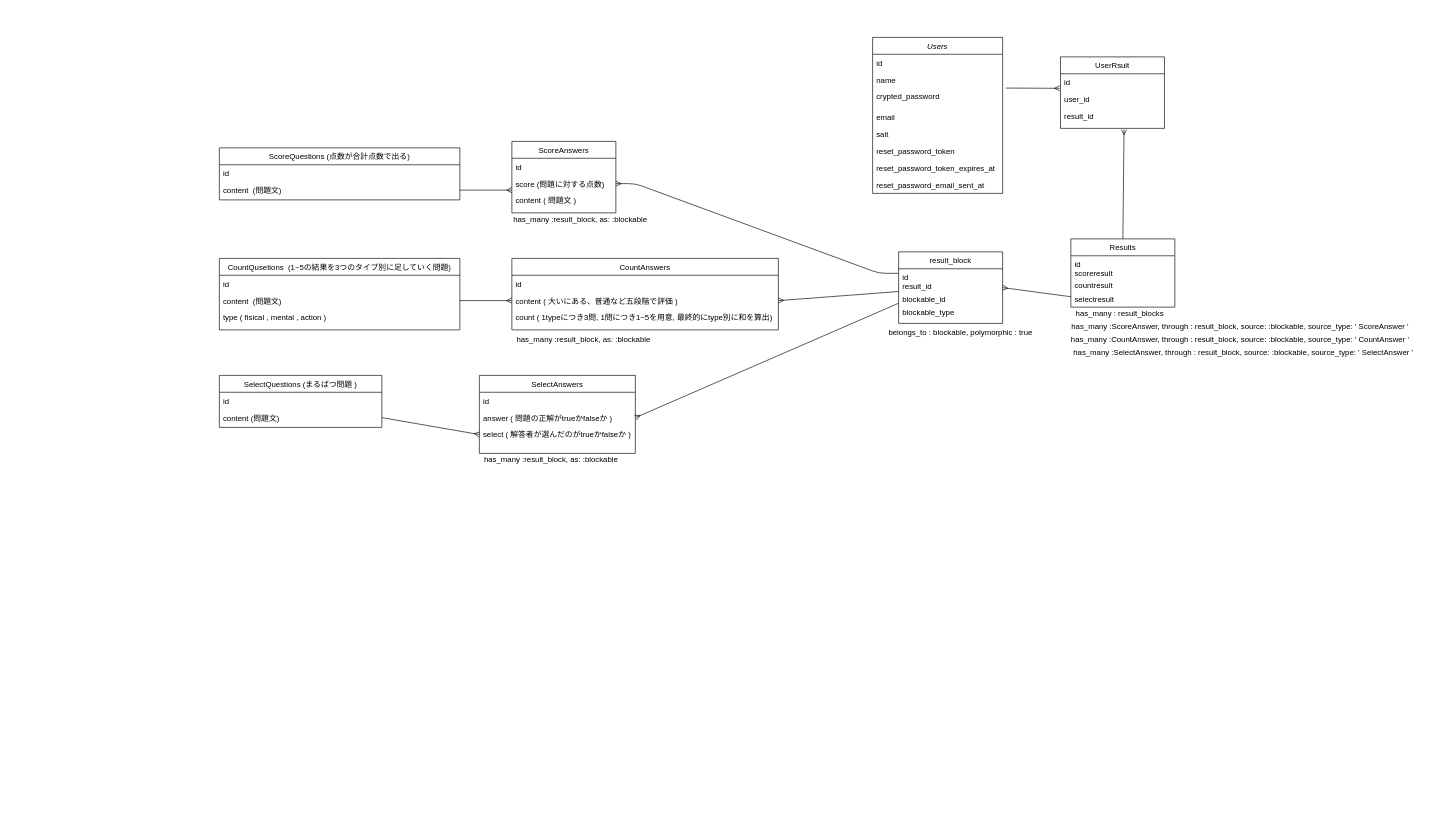
Before: Untitled Diagram.drawio in ko-suke1016/IKEMENTAL, a draw.io diagram. Source tidied: cells renumbered, new cells numbered last; positions are measured from the earlier drawing's top-left corner, leaving out a move shared by most shapes. Both pictures are drawn from the tidied source at 65%, with x=0, y=0 at pixel (219, 37).
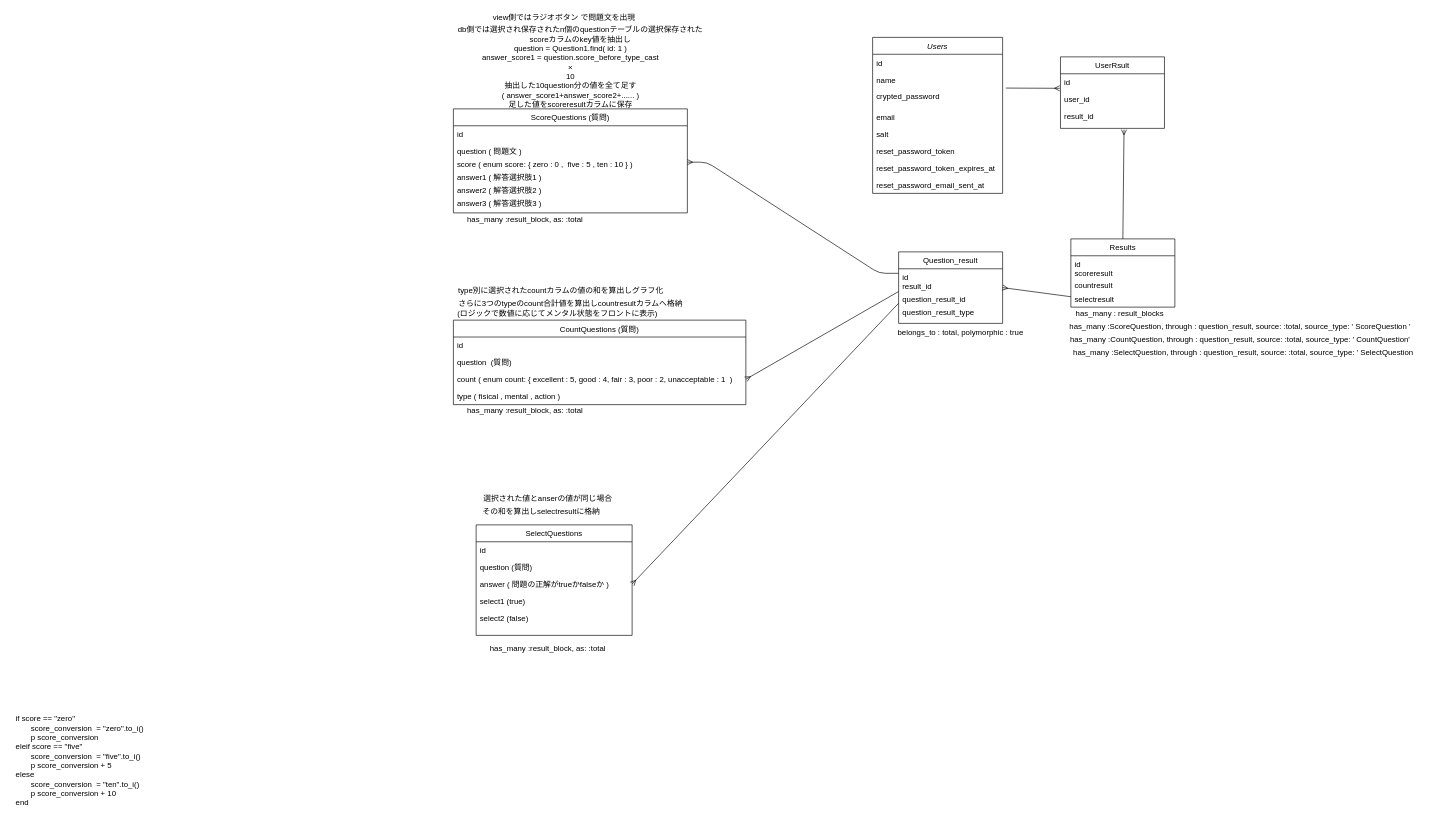
Above is the later version.

Unchanged cells that the change refers to:
```xml
<mxCell id="50" value="id" style="text;align=left;verticalAlign=top;spacingLeft=4;spacingRight=4;overflow=hidden;points=[[0,0.5],[1,0.5]];portConstraint=eastwest;" parent="49" vertex="1">
  <mxGeometry y="26" width="160" height="14" as="geometry" />
</mxCell>
```

The edit, as a diff of the source:
```diff
@@
-    <mxCell id="11" value="ScoreQuestions (点数が合計点数で出る)" style="swimlane;fontStyle=0;align=center;verticalAlign=top;horizontal=1;startSize=26;rounded=0;shadow=0;strokeWidth=1;" parent="1" vertex="1">
-      <mxGeometry y="170" width="370" height="80" as="geometry" />
-    </mxCell>
-    <mxCell id="12" value="id" style="text;align=left;verticalAlign=top;spacingLeft=4;spacingRight=4;overflow=hidden;" parent="11" vertex="1">
-      <mxGeometry y="26" width="370" height="26" as="geometry" />
-    </mxCell>
-    <mxCell id="13" value="content  (問題文)" style="text;align=left;verticalAlign=top;spacingLeft=4;spacingRight=4;overflow=hidden;points=[[0,0.5],[1,0.5]];portConstraint=eastwest;rounded=0;shadow=0;html=0;" parent="11" vertex="1">
-      <mxGeometry y="52" width="370" height="26" as="geometry" />
-    </mxCell>
-    <mxCell id="14" value="ScoreAnswers" style="swimlane;fontStyle=0;align=center;verticalAlign=top;horizontal=1;startSize=26;rounded=0;shadow=0;strokeWidth=1;" parent="1" vertex="1">
-      <mxGeometry x="450" y="160" width="160" height="110" as="geometry" />
-    </mxCell>
-    <mxCell id="15" value="id" style="text;align=left;verticalAlign=top;spacingLeft=4;spacingRight=4;overflow=hidden;" parent="14" vertex="1">
-      <mxGeometry y="26" width="160" height="26" as="geometry" />
-    </mxCell>
-    <mxCell id="16" value="score (問題に対する点数)" style="text;align=left;verticalAlign=top;spacingLeft=4;spacingRight=4;overflow=hidden;points=[[0,0.5],[1,0.5]];portConstraint=eastwest;rounded=0;shadow=0;html=0;" parent="14" vertex="1">
-      <mxGeometry y="52" width="160" height="26" as="geometry" />
-    </mxCell>
-    <mxCell id="17" value="content ( 問題文 )" style="text;align=left;verticalAlign=top;spacingLeft=4;spacingRight=4;overflow=hidden;rounded=0;shadow=0;html=0;" parent="14" vertex="1">
-      <mxGeometry y="78" width="160" height="20" as="geometry" />
-    </mxCell>
-    <mxCell id="18" style="fontSize=12;html=1;endArrow=ERmany;exitX=1;exitY=0.5;exitDx=0;exitDy=0;" parent="1" edge="1" source="13">
-      <mxGeometry relative="1" as="geometry">
-        <mxPoint x="450" y="235" as="targetPoint" />
-      </mxGeometry>
-    </mxCell>
-    <mxCell id="19" value="CountQusetions  (1~5の結果を3つのタイプ別に足していく問題)" style="swimlane;fontStyle=0;align=center;verticalAlign=top;horizontal=1;startSize=26;rounded=0;shadow=0;strokeWidth=1;" parent="1" vertex="1">
-      <mxGeometry y="340" width="370" height="110" as="geometry" />
-    </mxCell>
-    <mxCell id="20" value="id" style="text;align=left;verticalAlign=top;spacingLeft=4;spacingRight=4;overflow=hidden;" parent="19" vertex="1">
-      <mxGeometry y="26" width="370" height="26" as="geometry" />
-    </mxCell>
-    <mxCell id="21" value="content  (問題文)" style="text;align=left;verticalAlign=top;spacingLeft=4;spacingRight=4;overflow=hidden;points=[[0,0.5],[1,0.5]];portConstraint=eastwest;rounded=0;shadow=0;html=0;" parent="19" vertex="1">
-      <mxGeometry y="52" width="370" height="26" as="geometry" />
-    </mxCell>
-    <mxCell id="22" value="type ( fisical , mental , action )" style="text;align=left;verticalAlign=top;spacingLeft=4;spacingRight=4;overflow=hidden;rounded=0;shadow=0;html=0;" parent="19" vertex="1">
-      <mxGeometry y="78" width="370" height="26" as="geometry" />
-    </mxCell>
-    <mxCell id="23" value="SelectQuestions (まるばつ問題 )" style="swimlane;fontStyle=0;align=center;verticalAlign=top;horizontal=1;startSize=26;rounded=0;shadow=0;strokeWidth=1;" parent="1" vertex="1">
-      <mxGeometry y="520" width="250" height="80" as="geometry" />
-    </mxCell>
-    <mxCell id="24" value="id" style="text;align=left;verticalAlign=top;spacingLeft=4;spacingRight=4;overflow=hidden;" parent="23" vertex="1">
-      <mxGeometry y="26" width="250" height="26" as="geometry" />
-    </mxCell>
-    <mxCell id="25" value="content (問題文)" style="text;align=left;verticalAlign=top;spacingLeft=4;spacingRight=4;overflow=hidden;rounded=0;shadow=0;html=0;" parent="23" vertex="1">
-      <mxGeometry y="52" width="250" height="26" as="geometry" />
-    </mxCell>
-    <mxCell id="26" value="CountAnswers" style="swimlane;fontStyle=0;align=center;verticalAlign=top;horizontal=1;startSize=26;rounded=0;shadow=0;strokeWidth=1;" parent="1" vertex="1">
-      <mxGeometry x="450" y="340" width="410" height="110" as="geometry" />
+    <mxCell id="26" value="CountQuestions (質問)" style="swimlane;fontStyle=0;align=center;verticalAlign=top;horizontal=1;startSize=26;rounded=0;shadow=0;strokeWidth=1;" parent="1" vertex="1">
+      <mxGeometry x="360" y="435" width="450" height="130" as="geometry" />
     </mxCell>
     <mxCell id="27" value="id" style="text;align=left;verticalAlign=top;spacingLeft=4;spacingRight=4;overflow=hidden;" parent="26" vertex="1">
-      <mxGeometry y="26" width="410" height="26" as="geometry" />
+      <mxGeometry y="26" width="450" height="26" as="geometry" />
     </mxCell>
+    <mxCell id="21" value="question  (質問)" style="text;align=left;verticalAlign=top;spacingLeft=4;spacingRight=4;overflow=hidden;points=[[0,0.5],[1,0.5]];portConstraint=eastwest;rounded=0;shadow=0;html=0;" parent="26" vertex="1">
+      <mxGeometry y="52" width="450" height="26" as="geometry" />
+    </mxCell>
-    <mxCell id="28" value="content ( 大いにある、普通など五段階で評価 )" style="text;align=left;verticalAlign=top;spacingLeft=4;spacingRight=4;overflow=hidden;points=[[0,0.5],[1,0.5]];portConstraint=eastwest;" parent="26" vertex="1">
-      <mxGeometry y="52" width="410" height="26" as="geometry" />
+    <mxCell id="28" value="count ( enum count: { excellent : 5, good : 4, fair : 3, poor : 2, unacceptable : 1  )" style="text;align=left;verticalAlign=top;spacingLeft=4;spacingRight=4;overflow=hidden;points=[[0,0.5],[1,0.5]];portConstraint=eastwest;" parent="26" vertex="1">
+      <mxGeometry y="78" width="450" height="26" as="geometry" />
     </mxCell>
-    <mxCell id="29" value="count ( 1typeにつき3問, 1問につき1~5を用意, 最終的にtype別に和を算出)" style="text;align=left;verticalAlign=top;spacingLeft=4;spacingRight=4;overflow=hidden;rounded=0;shadow=0;html=0;" parent="26" vertex="1">
-      <mxGeometry y="78" width="410" height="26" as="geometry" />
-    </mxCell>
+    <mxCell id="22" value="type ( fisical , mental , action )" style="text;align=left;verticalAlign=top;spacingLeft=4;spacingRight=4;overflow=hidden;rounded=0;shadow=0;html=0;" parent="26" vertex="1">
+      <mxGeometry y="104" width="450" height="26" as="geometry" />
+    </mxCell>
-    <mxCell id="30" value="SelectAnswers" style="swimlane;fontStyle=0;align=center;verticalAlign=top;horizontal=1;startSize=26;rounded=0;shadow=0;strokeWidth=1;" parent="1" vertex="1">
-      <mxGeometry x="400" y="520" width="240" height="120" as="geometry" />
+    <mxCell id="30" value="SelectQuestions" style="swimlane;fontStyle=0;align=center;verticalAlign=top;horizontal=1;startSize=26;rounded=0;shadow=0;strokeWidth=1;" parent="1" vertex="1">
+      <mxGeometry x="395" y="750" width="240" height="170" as="geometry" />
     </mxCell>
@@
+    <mxCell id="65" value="question (質問)" style="text;align=left;verticalAlign=top;spacingLeft=4;spacingRight=4;overflow=hidden;rounded=0;shadow=0;html=0;" parent="30" vertex="1">
+      <mxGeometry y="52" width="240" height="26" as="geometry" />
+    </mxCell>
     <mxCell id="32" value="answer ( 問題の正解がtrueかfalseか )" style="text;align=left;verticalAlign=top;spacingLeft=4;spacingRight=4;overflow=hidden;points=[[0,0.5],[1,0.5]];portConstraint=eastwest;" parent="30" vertex="1">
-      <mxGeometry y="52" width="240" height="26" as="geometry" />
+      <mxGeometry y="78" width="240" height="26" as="geometry" />
     </mxCell>
-    <mxCell id="33" value="select ( 解答者が選んだのがtrueかfalseか )" style="text;align=left;verticalAlign=top;spacingLeft=4;spacingRight=4;overflow=hidden;points=[[0,0.5],[1,0.5]];portConstraint=eastwest;rounded=0;shadow=0;html=0;" parent="30" vertex="1">
-      <mxGeometry y="78" width="240" height="26" as="geometry" />
+    <mxCell id="33" value="select1 (true)" style="text;align=left;verticalAlign=top;spacingLeft=4;spacingRight=4;overflow=hidden;points=[[0,0.5],[1,0.5]];portConstraint=eastwest;rounded=0;shadow=0;html=0;" parent="30" vertex="1">
+      <mxGeometry y="104" width="240" height="26" as="geometry" />
     </mxCell>
-    <mxCell id="34" style="fontSize=12;html=1;endArrow=ERmany;entryX=0;entryY=0.5;entryDx=0;entryDy=0;" parent="1" edge="1" target="33">
-      <mxGeometry relative="1" as="geometry">
-        <mxPoint x="250" y="585" as="sourcePoint" />
-      </mxGeometry>
-    </mxCell>
+    <mxCell id="66" value="select2 (false)" style="text;align=left;verticalAlign=top;spacingLeft=4;spacingRight=4;overflow=hidden;rounded=0;shadow=0;html=0;" parent="30" vertex="1">
+      <mxGeometry y="130" width="240" height="26" as="geometry" />
+    </mxCell>
@@
-    <mxCell id="36" style="fontSize=12;html=1;endArrow=ERmany;exitX=1;exitY=0.5;exitDx=0;exitDy=0;entryX=0;entryY=0.5;entryDx=0;entryDy=0;" parent="1" edge="1" source="21">
-      <mxGeometry relative="1" as="geometry">
-        <mxPoint x="450" y="405" as="targetPoint" />
-      </mxGeometry>
-    </mxCell>
@@
-    <mxCell id="49" value="result_block" style="swimlane;fontStyle=0;align=center;verticalAlign=top;horizontal=1;startSize=26;rounded=0;shadow=0;strokeWidth=1;" parent="1" vertex="1">
+    <mxCell id="49" value="Question_result" style="swimlane;fontStyle=0;align=center;verticalAlign=top;horizontal=1;startSize=26;rounded=0;shadow=0;strokeWidth=1;" parent="1" vertex="1">
       <mxGeometry x="1045" y="330" width="160" height="110" as="geometry" />
     </mxCell>
@@
-    <mxCell id="52" value="blockable_id" style="text;align=left;verticalAlign=top;spacingLeft=4;spacingRight=4;overflow=hidden;" parent="49" vertex="1">
+    <mxCell id="52" value="question_result_id" style="text;align=left;verticalAlign=top;spacingLeft=4;spacingRight=4;overflow=hidden;" parent="49" vertex="1">
       <mxGeometry y="60" width="160" height="20" as="geometry" />
     </mxCell>
-    <mxCell id="53" value="blockable_type" style="text;align=left;verticalAlign=top;spacingLeft=4;spacingRight=4;overflow=hidden;" parent="49" vertex="1">
+    <mxCell id="53" value="question_result_type" style="text;align=left;verticalAlign=top;spacingLeft=4;spacingRight=4;overflow=hidden;" parent="49" vertex="1">
       <mxGeometry y="80" width="160" height="22" as="geometry" />
     </mxCell>
@@
-    <mxCell id="55" value="has_many :result_block, as: :blockable" style="text;html=1;align=center;verticalAlign=middle;strokeColor=none;" parent="1" vertex="1">
-      <mxGeometry x="445" y="270" width="220" height="20" as="geometry" />
+    <mxCell id="55" value="has_many :result_block, as: :total" style="text;html=1;align=center;verticalAlign=middle;strokeColor=none;" parent="1" vertex="1">
+      <mxGeometry x="375" y="270" width="190" height="20" as="geometry" />
     </mxCell>
-    <mxCell id="56" value="belongs_to : blockable, polymorphic : true" style="text;html=1;align=center;verticalAlign=middle;strokeColor=none;" parent="1" vertex="1">
-      <mxGeometry x="1060" y="445" width="160" height="20" as="geometry" />
+    <mxCell id="56" value="belongs_to : total, polymorphic : true" style="text;html=1;align=center;verticalAlign=middle;strokeColor=none;" parent="1" vertex="1">
+      <mxGeometry x="1035" y="445" width="210" height="20" as="geometry" />
     </mxCell>
-    <mxCell id="57" value="has_many :ScoreAnswer, through : result_block, source: :blockable, source_type: ' ScoreAnswer '" style="text;html=1;align=center;verticalAlign=middle;strokeColor=none;" parent="1" vertex="1">
-      <mxGeometry x="1305" y="435" width="530" height="20" as="geometry" />
+    <mxCell id="57" value="has_many :ScoreQuestion, through : question_result, source: :total, source_type: ' ScoreQuestion '" style="text;html=1;align=center;verticalAlign=middle;strokeColor=none;" parent="1" vertex="1">
+      <mxGeometry x="1300" y="435" width="540" height="20" as="geometry" />
     </mxCell>
-    <mxCell id="58" value="has_many :CountAnswer, through : result_block, source: :blockable, source_type: ' CountAnswer '" style="text;html=1;align=center;verticalAlign=middle;strokeColor=none;" parent="1" vertex="1">
+    <mxCell id="58" value="has_many :CountQuestion, through : question_result, source: :total, source_type: ' CountQuestion'" style="text;html=1;align=center;verticalAlign=middle;strokeColor=none;" parent="1" vertex="1">
       <mxGeometry x="1300" y="455" width="540" height="20" as="geometry" />
     </mxCell>
-    <mxCell id="59" value="has_many :SelectAnswer, through : result_block, source: :blockable, source_type: ' SelectAnswer '" style="text;html=1;align=center;verticalAlign=middle;strokeColor=none;" parent="1" vertex="1">
+    <mxCell id="59" value="has_many :SelectQuestion, through : question_result, source: :total, source_type: ' SelectQuestion" style="text;html=1;align=center;verticalAlign=middle;strokeColor=none;" parent="1" vertex="1">
       <mxGeometry x="1305" y="475" width="540" height="20" as="geometry" />
     </mxCell>
-    <mxCell id="60" style="edgeStyle=entityRelationEdgeStyle;fontSize=12;html=1;endArrow=ERmany;entryX=1;entryY=0.5;entryDx=0;entryDy=0;exitX=0;exitY=0.5;exitDx=0;exitDy=0;" parent="1" edge="1" source="50" target="16">
+    <mxCell id="60" style="edgeStyle=entityRelationEdgeStyle;fontSize=12;html=1;endArrow=ERmany;exitX=0;exitY=0.5;exitDx=0;exitDy=0;entryX=1;entryY=0.5;entryDx=0;entryDy=0;" parent="1" edge="1" source="50" target="70">
       <mxGeometry relative="1" as="geometry" />
     </mxCell>
@@
-    <mxCell id="63" value="has_many :result_block, as: :blockable" style="text;html=1;align=center;verticalAlign=middle;strokeColor=none;" parent="1" vertex="1">
-      <mxGeometry x="450" y="455" width="220" height="20" as="geometry" />
+    <mxCell id="63" value="has_many :result_block, as: :total" style="text;html=1;align=center;verticalAlign=middle;strokeColor=none;" parent="1" vertex="1">
+      <mxGeometry x="375" y="565" width="190" height="20" as="geometry" />
     </mxCell>
-    <mxCell id="64" value="has_many :result_block, as: :blockable" style="text;html=1;align=center;verticalAlign=middle;strokeColor=none;" parent="1" vertex="1">
-      <mxGeometry x="400" y="640" width="220" height="20" as="geometry" />
+    <mxCell id="64" value="has_many :result_block, as: :total" style="text;html=1;align=center;verticalAlign=middle;strokeColor=none;" parent="1" vertex="1">
+      <mxGeometry x="410" y="930" width="190" height="20" as="geometry" />
     </mxCell>
+    <mxCell id="67" value="ScoreQuestions (質問)" style="swimlane;fontStyle=0;align=center;verticalAlign=top;horizontal=1;startSize=26;rounded=0;shadow=0;strokeWidth=1;" parent="1" vertex="1">
+      <mxGeometry x="360" y="110" width="360" height="160" as="geometry" />
+    </mxCell>
+    <mxCell id="68" value="id" style="text;align=left;verticalAlign=top;spacingLeft=4;spacingRight=4;overflow=hidden;" parent="67" vertex="1">
+      <mxGeometry y="26" width="360" height="26" as="geometry" />
+    </mxCell>
+    <mxCell id="69" value="question ( 問題文 )" style="text;align=left;verticalAlign=top;spacingLeft=4;spacingRight=4;overflow=hidden;rounded=0;shadow=0;html=0;" parent="67" vertex="1">
+      <mxGeometry y="52" width="360" height="20" as="geometry" />
+    </mxCell>
+    <mxCell id="70" value="score ( enum score: { zero : 0 ,  five : 5 , ten : 10 } ) " style="text;align=left;verticalAlign=top;spacingLeft=4;spacingRight=4;overflow=hidden;points=[[0,0.5],[1,0.5]];portConstraint=eastwest;rounded=0;shadow=0;html=0;" parent="67" vertex="1">
+      <mxGeometry y="72" width="360" height="20" as="geometry" />
+    </mxCell>
+    <mxCell id="71" value="answer1 ( 解答選択肢1 )" style="text;align=left;verticalAlign=top;spacingLeft=4;spacingRight=4;overflow=hidden;rounded=0;shadow=0;html=0;" parent="67" vertex="1">
+      <mxGeometry y="92" width="360" height="20" as="geometry" />
+    </mxCell>
+    <mxCell id="72" value="answer2 ( 解答選択肢2 )" style="text;align=left;verticalAlign=top;spacingLeft=4;spacingRight=4;overflow=hidden;rounded=0;shadow=0;html=0;" parent="67" vertex="1">
+      <mxGeometry y="112" width="360" height="20" as="geometry" />
+    </mxCell>
+    <mxCell id="73" value="answer3 ( 解答選択肢3 )" style="text;align=left;verticalAlign=top;spacingLeft=4;spacingRight=4;overflow=hidden;rounded=0;shadow=0;html=0;" parent="67" vertex="1">
+      <mxGeometry y="132" width="360" height="20" as="geometry" />
+    </mxCell>
+    <mxCell id="74" value="db側では選択され保存されたn個のquestionテーブルの選択保存された&lt;br&gt;scoreカラムのkey値を抽出し" style="text;html=1;align=center;verticalAlign=middle;strokeColor=none;" parent="1" vertex="1">
+      <mxGeometry x="360" y="-20" width="390" height="30" as="geometry" />
+    </mxCell>
+    <mxCell id="75" value="&lt;div style=&quot;text-align: left&quot;&gt;if score == &quot;zero&quot;&lt;/div&gt;&lt;div style=&quot;text-align: left&quot;&gt;&lt;span&gt;&amp;nbsp; &amp;nbsp; &amp;nbsp; &amp;nbsp;score_conversion&amp;nbsp; = &quot;zero&quot;.to_i()&lt;/span&gt;&lt;/div&gt;&lt;div style=&quot;text-align: left&quot;&gt;&lt;span&gt;&amp;nbsp; &amp;nbsp; &amp;nbsp; &amp;nbsp;p score_conversion&amp;nbsp;&lt;/span&gt;&lt;/div&gt;&lt;div style=&quot;text-align: left&quot;&gt;&lt;span&gt;eleif score == &quot;five&quot;&lt;/span&gt;&lt;/div&gt;&lt;div style=&quot;text-align: left&quot;&gt;&lt;span&gt;&amp;nbsp; &amp;nbsp; &amp;nbsp; &amp;nbsp;&lt;/span&gt;&lt;span&gt;score_conversion&amp;nbsp; = &quot;five&quot;.to_i()&lt;/span&gt;&lt;/div&gt;&lt;div style=&quot;text-align: left&quot;&gt;&amp;nbsp; &amp;nbsp; &amp;nbsp; &amp;nbsp;p score_conversion + 5&lt;/div&gt;&lt;div style=&quot;text-align: left&quot;&gt;elese&lt;/div&gt;&lt;div style=&quot;text-align: left&quot;&gt;&amp;nbsp; &amp;nbsp; &amp;nbsp; &amp;nbsp;&lt;span&gt;score_conversion&amp;nbsp; = &quot;ten&quot;.to_i()&lt;/span&gt;&lt;/div&gt;&lt;div style=&quot;text-align: left&quot;&gt;&lt;span&gt;&amp;nbsp; &amp;nbsp; &amp;nbsp; &amp;nbsp;p score_conversi&lt;/span&gt;&lt;span&gt;on + 10&lt;/span&gt;&lt;/div&gt;&lt;div style=&quot;text-align: left&quot;&gt;&lt;span&gt;end&amp;nbsp;&lt;/span&gt;&lt;/div&gt;&lt;div style=&quot;text-align: left&quot;&gt;&lt;span&gt;&amp;nbsp; &amp;nbsp; &amp;nbsp; &amp;nbsp;&lt;/span&gt;&lt;/div&gt;" style="text;html=1;align=center;verticalAlign=middle;strokeColor=none;" parent="1" vertex="1">
+      <mxGeometry x="-320" y="1040" width="210" height="160" as="geometry" />
+    </mxCell>
+    <mxCell id="76" value="question = Question1.find( id: 1 )&lt;br&gt;answer_score1 = question.score_before_type_cast&lt;br&gt;×&lt;br&gt;10&lt;br&gt;抽出した10question分の値を全て足す&lt;br&gt;( answer_score1+answer_score2+...... )&lt;br&gt;足した値をscoreresultカラムに保存&lt;br&gt;&lt;br&gt;&amp;nbsp;" style="text;html=1;align=center;verticalAlign=middle;strokeColor=none;" parent="1" vertex="1">
+      <mxGeometry x="395" y="10" width="290" height="130" as="geometry" />
+    </mxCell>
+    <mxCell id="77" value="view側ではラジオボタン で問題文を出現" style="text;html=1;align=center;verticalAlign=middle;strokeColor=none;" parent="1" vertex="1">
+      <mxGeometry x="350" y="-40" width="360" height="20" as="geometry" />
+    </mxCell>
+    <mxCell id="78" value="type別に選択されたcountカラムの値の和を算出しグラフ化" style="text;html=1;align=center;verticalAlign=middle;strokeColor=none;" parent="1" vertex="1">
+      <mxGeometry x="360" y="380" width="330" height="20" as="geometry" />
+    </mxCell>
+    <mxCell id="79" value="さらに3つのtypeのcount合計値を算出しcountresultカラムへ格納" style="text;html=1;align=center;verticalAlign=middle;strokeColor=none;" parent="1" vertex="1">
+      <mxGeometry x="360" y="400" width="360" height="20" as="geometry" />
+    </mxCell>
+    <mxCell id="80" value="(ロジックで数値に応じてメンタル状態をフロントに表示)" style="text;html=1;align=center;verticalAlign=middle;strokeColor=none;" parent="1" vertex="1">
+      <mxGeometry x="360" y="415" width="320" height="20" as="geometry" />
+    </mxCell>
+    <mxCell id="81" value="選択された値とanserの値が同じ場合" style="text;html=1;align=center;verticalAlign=middle;strokeColor=none;" parent="1" vertex="1">
+      <mxGeometry x="400" y="700" width="210" height="20" as="geometry" />
+    </mxCell>
+    <mxCell id="82" value="その和を算出しselectresultに格納" style="text;html=1;align=center;verticalAlign=middle;strokeColor=none;" parent="1" vertex="1">
+      <mxGeometry x="395" y="720" width="200" height="20" as="geometry" />
+    </mxCell>
```
